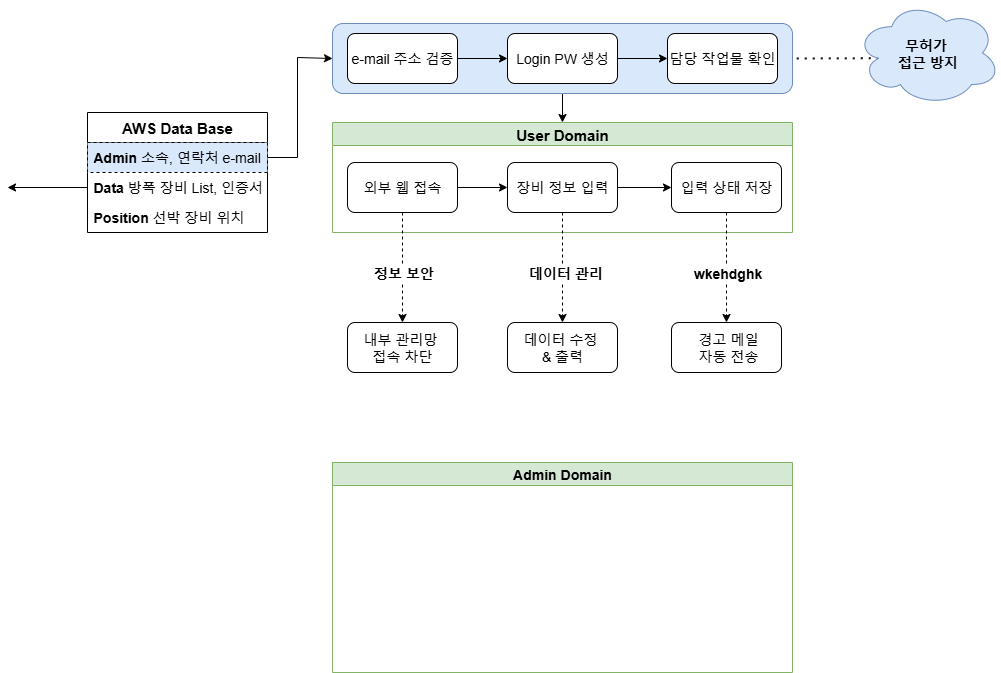
Earlier version of the draw.io export workflow/1013.drawio.png (HD-Jinyeong/my_flask_app). Source tidied: cells renumbered, new cells last; positions are measured from the earlier drawing's top-left corner, leaving out a move shared by most shapes.
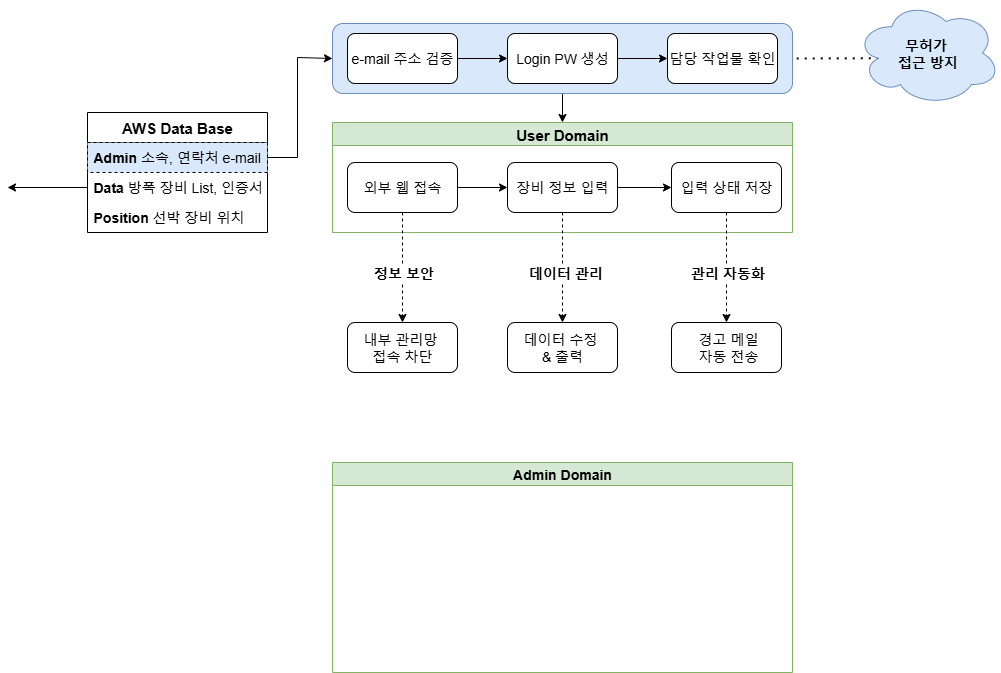
After the change.

The edit, as a diff of the source:
```diff
@@ -94,7 +94,7 @@
     <mxCell id="28" style="rounded=0;jettySize=auto;html=1;exitX=0.5;exitY=1;exitDx=0;exitDy=0;entryX=0.5;entryY=0;entryDx=0;entryDy=0;dashed=1;" parent="1" edge="1" source="12" target="33">
       <mxGeometry relative="1" as="geometry" />
     </mxCell>
-    <mxCell id="29" value="&lt;span style=&quot;font-size: 14px;&quot;&gt;&lt;b&gt;wkehdghk&lt;/b&gt;&lt;/span&gt;" style="edgeLabel;html=1;align=center;verticalAlign=middle;labelBackgroundColor=light-dark(#ffffff, #323200);" parent="28" vertex="1">
+    <mxCell id="29" value="&lt;span style=&quot;font-size: 14px;&quot;&gt;&lt;b&gt;관리 자동화&lt;/b&gt;&lt;/span&gt;" style="edgeLabel;html=1;align=center;verticalAlign=middle;labelBackgroundColor=light-dark(#ffffff, #323200);" parent="28" vertex="1">
       <mxGeometry x="0.12" y="1" relative="1" as="geometry">
         <mxPoint x="-1" y="-1" as="offset" />
       </mxGeometry>
```
